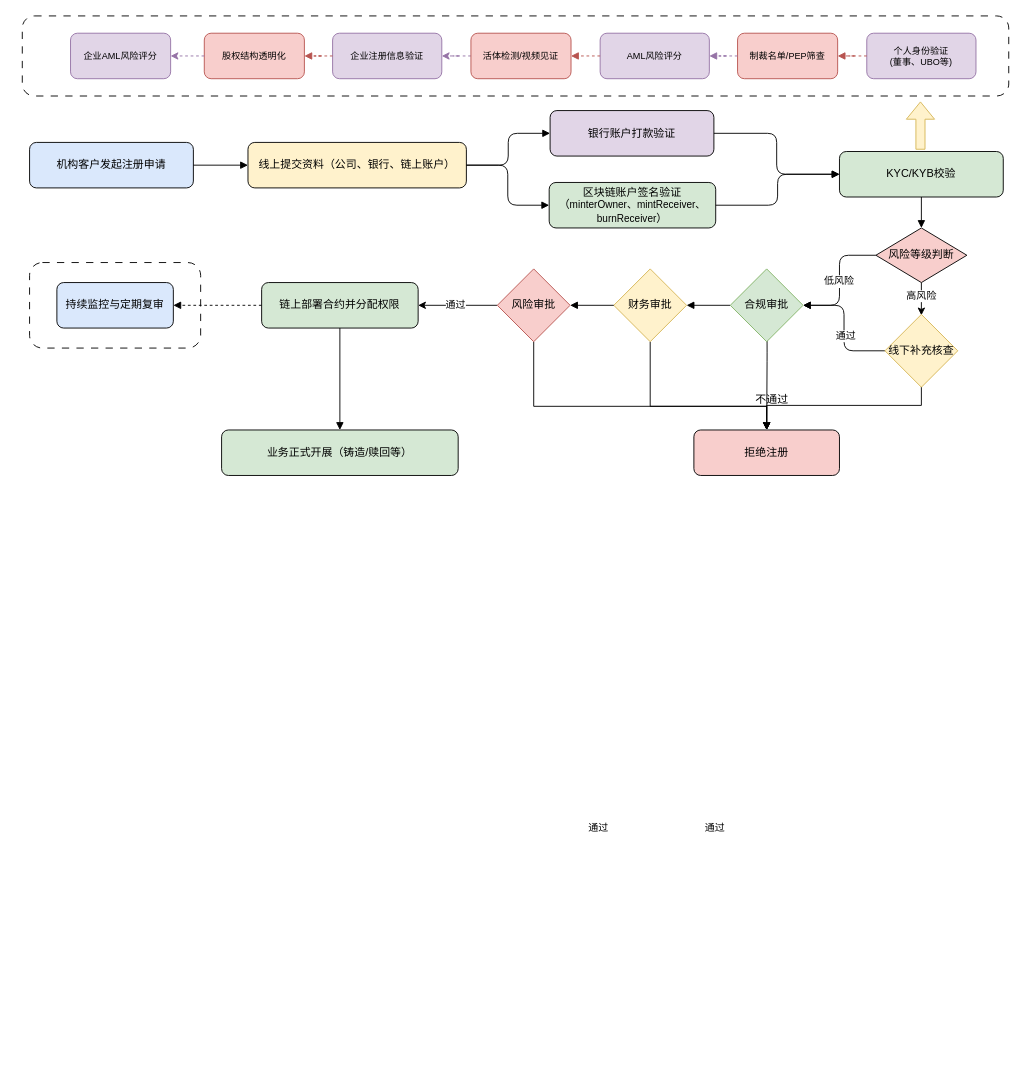
Above: sc.drawio in mingzhenliu/doc (draw.io), before the change. Source tidied: cells renumbered, new cells numbered last; positions are measured from the earlier drawing's top-left corner, leaving out a move shared by most shapes. Both pictures are drawn from the tidied source at 91%, with x=0, y=0 at pixel (22, 15).
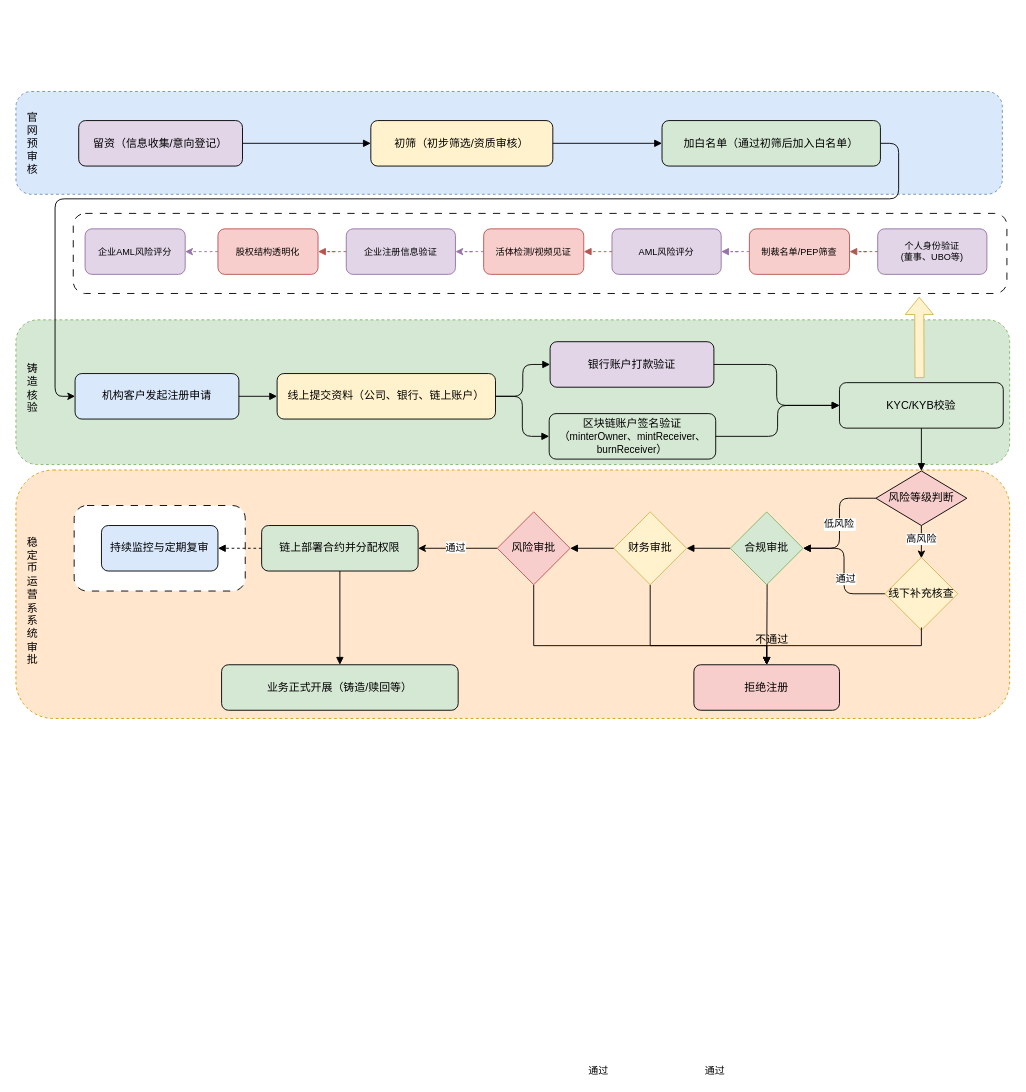
Above is the later version.

Diff of the diagram source:
```diff
@@
+    <mxCell id="56" style="rounded=1;whiteSpace=wrap;html=1;dashed=1;fillColor=#ffe6cc;strokeColor=#d79b00;" parent="1" vertex="1">
+      <mxGeometry x="-7" y="499" width="1092" height="273" as="geometry" />
+    </mxCell>
+    <mxCell id="57" style="rounded=1;whiteSpace=wrap;html=1;dashed=1;fillColor=#d5e8d4;strokeColor=#82b366;" parent="1" vertex="1">
+      <mxGeometry x="-7" y="334" width="1092" height="159" as="geometry" />
+    </mxCell>
+    <mxCell id="58" style="rounded=1;whiteSpace=wrap;html=1;dashed=1;fillColor=#dae8fc;strokeColor=#6c8ebf;" parent="1" vertex="1">
+      <mxGeometry x="-7" y="83" width="1084" height="113" as="geometry" />
+    </mxCell>
     <mxCell id="2" style="rounded=1;whiteSpace=wrap;html=1;dashed=1;dashPattern=8 8;" parent="1" vertex="1">
-      <mxGeometry x="8" y="271" width="188" height="94" as="geometry" />
+      <mxGeometry x="57" y="538" width="188" height="94" as="geometry" />
     </mxCell>
     <mxCell id="3" style="rounded=1;whiteSpace=wrap;html=1;dashed=1;dashPattern=8 8;" parent="1" vertex="1">
-      <mxGeometry width="1084" height="88" as="geometry" />
+      <mxGeometry x="56" y="217" width="1026" height="88" as="geometry" />
     </mxCell>
+    <mxCell id="59" value="留资（信息收集/意向登记）" style="rounded=1;whiteSpace=wrap;html=1;fillColor=#e1d5e7;" parent="1" vertex="1">
+      <mxGeometry x="62" y="115" width="180" height="50" as="geometry" />
+    </mxCell>
+    <mxCell id="60" value="初筛（初步筛选/资质审核）" style="rounded=1;whiteSpace=wrap;html=1;fillColor=#fff2cc;" parent="1" vertex="1">
+      <mxGeometry x="383" y="115" width="200" height="50" as="geometry" />
+    </mxCell>
+    <mxCell id="61" value="加白名单（通过初筛后加入白名单）" style="rounded=1;whiteSpace=wrap;html=1;fillColor=#d5e8d4;" parent="1" vertex="1">
+      <mxGeometry x="703" y="115" width="240" height="50" as="geometry" />
+    </mxCell>
+    <mxCell id="62" style="edgeStyle=orthogonalEdgeStyle;endArrow=block;html=1;" parent="1" edge="1" source="59" target="60">
+      <mxGeometry relative="1" as="geometry" />
+    </mxCell>
+    <mxCell id="63" style="edgeStyle=orthogonalEdgeStyle;endArrow=block;html=1;" parent="1" edge="1" source="60" target="61">
+      <mxGeometry relative="1" as="geometry" />
+    </mxCell>
     <mxCell id="4" value="机构客户发起注册申请" style="rounded=1;whiteSpace=wrap;html=1;fillColor=#dae8fc;" parent="1" vertex="1">
-      <mxGeometry x="8" y="139" width="180" height="50" as="geometry" />
+      <mxGeometry x="58" y="393" width="180" height="50" as="geometry" />
     </mxCell>
     <mxCell id="5" value="线上提交资料（公司、银行、链上账户）" style="rounded=1;whiteSpace=wrap;html=1;fillColor=#fff2cc;" parent="1" vertex="1">
-      <mxGeometry x="248" y="139" width="240" height="50" as="geometry" />
+      <mxGeometry x="280" y="393" width="240" height="50" as="geometry" />
     </mxCell>
     <mxCell id="6" value="银行账户打款验证" style="rounded=1;whiteSpace=wrap;html=1;fillColor=#e1d5e7;flipH=1;" parent="1" vertex="1">
-      <mxGeometry x="580" y="104" width="180" height="50" as="geometry" />
+      <mxGeometry x="580" y="358" width="180" height="50" as="geometry" />
     </mxCell>
     <mxCell id="7" value="区块链账户签名验证&lt;div&gt;（&lt;span style=&quot;font-size: 11px;&quot;&gt;minterOwner、mintReceiver、&lt;/span&gt;&lt;br style=&quot;font-size: 11px;&quot;&gt;&lt;span style=&quot;font-size: 11px;&quot;&gt;burnReceiver&lt;/span&gt;）&lt;/div&gt;" style="rounded=1;whiteSpace=wrap;html=1;fillColor=#d5e8d4;flipH=1;" parent="1" vertex="1">
-      <mxGeometry x="579" y="183" width="183" height="50" as="geometry" />
+      <mxGeometry x="579" y="437" width="183" height="50" as="geometry" />
     </mxCell>
     <mxCell id="8" value="KYC/KYB校验" style="rounded=1;whiteSpace=wrap;html=1;fillColor=#d5e8d4;" parent="1" vertex="1">
-      <mxGeometry x="898" y="149" width="180" height="50" as="geometry" />
+      <mxGeometry x="898" y="403" width="180" height="50" as="geometry" />
     </mxCell>
     <mxCell id="9" style="edgeStyle=orthogonalEdgeStyle;rounded=0;jettySize=auto;html=1;entryX=0.5;entryY=0;entryDx=0;entryDy=0;" parent="1" edge="1" source="11">
       <mxGeometry relative="1" as="geometry">
-        <mxPoint x="988" y="329" as="targetPoint" />
+        <mxPoint x="988" y="596" as="targetPoint" />
       </mxGeometry>
     </mxCell>
@@
     <mxCell id="11" value="风险等级判断" style="rhombus;whiteSpace=wrap;html=1;fillColor=#f8cecc;" parent="1" vertex="1">
-      <mxGeometry x="938" y="233" width="100" height="60" as="geometry" />
+      <mxGeometry x="938" y="500" width="100" height="60" as="geometry" />
     </mxCell>
     <mxCell id="12" value="链上部署合约并分配权限" style="rounded=1;whiteSpace=wrap;html=1;fillColor=#d5e8d4;" parent="1" vertex="1">
-      <mxGeometry x="263" y="293" width="172" height="50" as="geometry" />
+      <mxGeometry x="263" y="560" width="172" height="50" as="geometry" />
     </mxCell>
     <mxCell id="13" value="拒绝注册" style="rounded=1;whiteSpace=wrap;html=1;fillColor=#f8cecc;" parent="1" vertex="1">
-      <mxGeometry x="738" y="455" width="160" height="50" as="geometry" />
+      <mxGeometry x="738" y="713" width="160" height="50" as="geometry" />
     </mxCell>
     <mxCell id="14" value="持续监控与定期复审" style="rounded=1;whiteSpace=wrap;html=1;fillColor=#dae8fc;" parent="1" vertex="1">
-      <mxGeometry x="38" y="293" width="128" height="50" as="geometry" />
+      <mxGeometry x="87" y="560" width="128" height="50" as="geometry" />
     </mxCell>
     <mxCell id="15" value="业务正式开展（铸造/赎回等）" style="rounded=1;whiteSpace=wrap;html=1;fillColor=#d5e8d4;" parent="1" vertex="1">
-      <mxGeometry x="219" y="455" width="260" height="50" as="geometry" />
+      <mxGeometry x="219" y="713" width="260" height="50" as="geometry" />
     </mxCell>
@@
-    <mxCell id="21" style="edgeStyle=orthogonalEdgeStyle;endArrow=block;endFill=1;" parent="1" edge="1" source="8" target="11">
+    <mxCell id="21" style="edgeStyle=orthogonalEdgeStyle;endArrow=block;endFill=1;exitX=0.5;exitY=1;exitDx=0;exitDy=0;" parent="1" edge="1" source="8" target="11">
       <mxGeometry relative="1" as="geometry" />
     </mxCell>
@@
     <mxCell id="23" style="edgeStyle=orthogonalEdgeStyle;endArrow=block;endFill=1;exitX=0.5;exitY=1;exitDx=0;exitDy=0;" parent="1" edge="1" target="13">
       <mxGeometry relative="1" as="geometry">
-        <mxPoint x="818" y="283" as="sourcePoint" />
+        <mxPoint x="818" y="550" as="sourcePoint" />
       </mxGeometry>
     </mxCell>
@@
     <mxCell id="28" style="edgeStyle=orthogonalEdgeStyle;rounded=0;jettySize=auto;html=1;entryX=0.5;entryY=0;entryDx=0;entryDy=0;exitX=0.5;exitY=1;exitDx=0;exitDy=0;" parent="1" edge="1" source="29" target="13">
       <mxGeometry relative="1" as="geometry">
         <Array as="points">
-          <mxPoint x="690" y="429" />
-          <mxPoint x="818" y="429" />
+          <mxPoint x="690" y="692" />
+          <mxPoint x="818" y="692" />
         </Array>
       </mxGeometry>
     </mxCell>
     <mxCell id="29" value="财务审批" style="rhombus;whiteSpace=wrap;html=1;fillColor=#fff2cc;strokeColor=#d6b656;" parent="1" vertex="1">
-      <mxGeometry x="650" y="278" width="80" height="80" as="geometry" />
+      <mxGeometry x="650" y="545" width="80" height="80" as="geometry" />
     </mxCell>
     <mxCell id="30" value="合规审批" style="rhombus;whiteSpace=wrap;html=1;fillColor=#d5e8d4;strokeColor=#82b366;" parent="1" vertex="1">
-      <mxGeometry x="778" y="278" width="80" height="80" as="geometry" />
+      <mxGeometry x="778" y="545" width="80" height="80" as="geometry" />
     </mxCell>
     <mxCell id="31" style="edgeStyle=orthogonalEdgeStyle;rounded=0;jettySize=auto;html=1;entryX=0.5;entryY=0;entryDx=0;entryDy=0;" parent="1" edge="1" source="34" target="13">
       <mxGeometry relative="1" as="geometry">
         <Array as="points">
-          <mxPoint x="562" y="429" />
-          <mxPoint x="818" y="429" />
+          <mxPoint x="562" y="692" />
+          <mxPoint x="818" y="692" />
         </Array>
       </mxGeometry>
     </mxCell>
@@
     <mxCell id="34" value="风险审批" style="rhombus;whiteSpace=wrap;html=1;fillColor=#f8cecc;strokeColor=#b85450;" parent="1" vertex="1">
-      <mxGeometry x="522" y="278" width="80" height="80" as="geometry" />
+      <mxGeometry x="522" y="545" width="80" height="80" as="geometry" />
     </mxCell>
@@
     <mxCell id="37" value="个人身份验证&#10;(董事、UBO等)" style="rounded=1;whiteSpace=wrap;html=1;fillColor=#e1d5e7;strokeColor=#9673a6;fontSize=10;" parent="1" vertex="1">
-      <mxGeometry x="928" y="19" width="120" height="50" as="geometry" />
+      <mxGeometry x="940" y="234" width="120" height="50" as="geometry" />
     </mxCell>
     <mxCell id="38" value="制裁名单/PEP筛查" style="rounded=1;whiteSpace=wrap;html=1;fillColor=#f8cecc;strokeColor=#b85450;fontSize=10;" parent="1" vertex="1">
-      <mxGeometry x="786" y="19" width="110" height="50" as="geometry" />
+      <mxGeometry x="799" y="234" width="110" height="50" as="geometry" />
     </mxCell>
     <mxCell id="39" value="企业注册信息验证" style="rounded=1;whiteSpace=wrap;html=1;fillColor=#e1d5e7;strokeColor=#9673a6;fontSize=10;" parent="1" vertex="1">
-      <mxGeometry x="341" y="19" width="120" height="50" as="geometry" />
+      <mxGeometry x="356" y="234" width="120" height="50" as="geometry" />
     </mxCell>
     <mxCell id="40" value="股权结构透明化" style="rounded=1;whiteSpace=wrap;html=1;fillColor=#f8cecc;strokeColor=#b85450;fontSize=10;" parent="1" vertex="1">
-      <mxGeometry x="200" y="19" width="110" height="50" as="geometry" />
+      <mxGeometry x="215" y="234" width="110" height="50" as="geometry" />
     </mxCell>
@@
     <mxCell id="44" value="AML风险评分" style="rounded=1;whiteSpace=wrap;html=1;fillColor=#e1d5e7;strokeColor=#9673a6;fontSize=10;" parent="1" vertex="1">
-      <mxGeometry x="635" y="19" width="120" height="50" as="geometry" />
+      <mxGeometry x="648" y="234" width="120" height="50" as="geometry" />
     </mxCell>
@@
     <mxCell id="47" value="活体检测/视频见证" style="rounded=1;whiteSpace=wrap;html=1;fillColor=#f8cecc;strokeColor=#b85450;fontSize=10;" parent="1" vertex="1">
-      <mxGeometry x="493" y="19" width="110" height="50" as="geometry" />
+      <mxGeometry x="507" y="234" width="110" height="50" as="geometry" />
     </mxCell>
     <mxCell id="48" value="企业AML风险评分" style="rounded=1;whiteSpace=wrap;html=1;fillColor=#e1d5e7;strokeColor=#9673a6;fontSize=10;" parent="1" vertex="1">
-      <mxGeometry x="53" y="19" width="110" height="50" as="geometry" />
+      <mxGeometry x="69" y="234" width="110" height="50" as="geometry" />
     </mxCell>
-    <mxCell id="49" style="shape=flexArrow;endArrow=classic;html=1;rounded=0;fillColor=#fff2cc;strokeColor=#d6b656;" parent="1" edge="1">
-      <mxGeometry relative="1" as="geometry">
-        <mxPoint x="987" y="147" as="sourcePoint" />
-        <mxPoint x="987" y="94" as="targetPoint" />
-      </mxGeometry>
-    </mxCell>
@@
     <mxCell id="53" value="线下补充核查" style="rhombus;whiteSpace=wrap;html=1;fillColor=#fff2cc;strokeColor=#d6b656;" parent="1" vertex="1">
-      <mxGeometry x="948" y="328" width="80" height="80" as="geometry" />
+      <mxGeometry x="948" y="595" width="80" height="80" as="geometry" />
     </mxCell>
-    <mxCell id="54" style="edgeStyle=orthogonalEdgeStyle;rounded=0;jettySize=auto;html=1;entryX=0.5;entryY=0;entryDx=0;entryDy=0;exitX=0.5;exitY=1;exitDx=0;exitDy=0;" parent="1" edge="1" source="53" target="13">
+    <mxCell id="54" style="edgeStyle=orthogonalEdgeStyle;rounded=0;jettySize=auto;html=1;entryX=0.5;entryY=0;entryDx=0;entryDy=0;exitX=0.5;exitY=1;exitDx=0;exitDy=0;" parent="1" edge="1" target="13">
       <mxGeometry relative="1" as="geometry">
+        <mxPoint x="988" y="672" as="sourcePoint" />
         <Array as="points">
-          <mxPoint x="988" y="428" />
-          <mxPoint x="818" y="428" />
+          <mxPoint x="988" y="692" />
+          <mxPoint x="818" y="692" />
         </Array>
       </mxGeometry>
     </mxCell>
     <mxCell id="55" value="不通过" style="text;html=1;align=center;verticalAlign=middle;whiteSpace=wrap;rounded=0;" parent="1" vertex="1">
-      <mxGeometry x="794" y="407" width="60" height="30" as="geometry" />
+      <mxGeometry x="794" y="671" width="60" height="30" as="geometry" />
     </mxCell>
+    <mxCell id="64" value="官网预审核" style="text;html=1;align=center;verticalAlign=middle;whiteSpace=wrap;rounded=0;" parent="1" vertex="1">
+      <mxGeometry x="-1" y="108" width="25" height="63" as="geometry" />
+    </mxCell>
+    <mxCell id="65" style="edgeStyle=orthogonalEdgeStyle;rounded=1;jettySize=auto;html=1;entryX=0;entryY=0.5;entryDx=0;entryDy=0;exitX=1;exitY=0.5;exitDx=0;exitDy=0;curved=0;" parent="1" edge="1" source="61" target="4">
+      <mxGeometry relative="1" as="geometry">
+        <Array as="points">
+          <mxPoint x="963" y="140" />
+          <mxPoint x="963" y="201" />
+          <mxPoint x="36" y="201" />
+          <mxPoint x="36" y="418" />
+        </Array>
+      </mxGeometry>
+    </mxCell>
+    <mxCell id="66" value="铸造核验" style="text;html=1;align=center;verticalAlign=middle;whiteSpace=wrap;rounded=0;" parent="1" vertex="1">
+      <mxGeometry x="-1" y="377" width="25" height="63" as="geometry" />
+    </mxCell>
+    <mxCell id="67" value="稳定币运营系系统审批" style="text;html=1;align=center;verticalAlign=middle;whiteSpace=wrap;rounded=0;" parent="1" vertex="1">
+      <mxGeometry x="-1" y="611" width="25" height="63" as="geometry" />
+    </mxCell>
+    <mxCell id="68" style="shape=flexArrow;endArrow=classic;html=1;rounded=0;entryX=0.906;entryY=1.018;entryDx=0;entryDy=0;entryPerimeter=0;fillColor=#fff2cc;strokeColor=#d6b656;" parent="1" edge="1">
+      <mxGeometry relative="1" as="geometry">
+        <mxPoint x="986" y="398" as="sourcePoint" />
+        <mxPoint x="985.6" y="308.6" as="targetPoint" />
+      </mxGeometry>
+    </mxCell>
```
